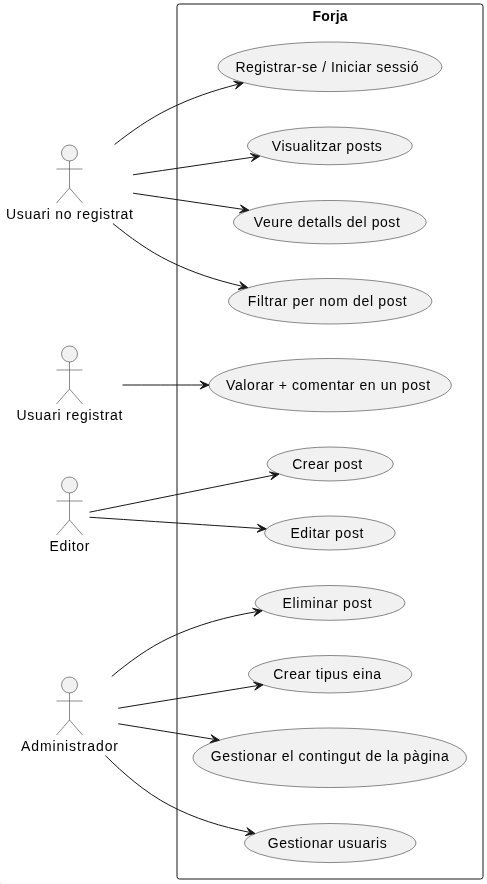
Earlier version of the PlantUML export docs/04_model-de-negoci.png (agarcia-icv/projecte-final). Its source is kept beside it as docs/04_model-de-negoci.puml.
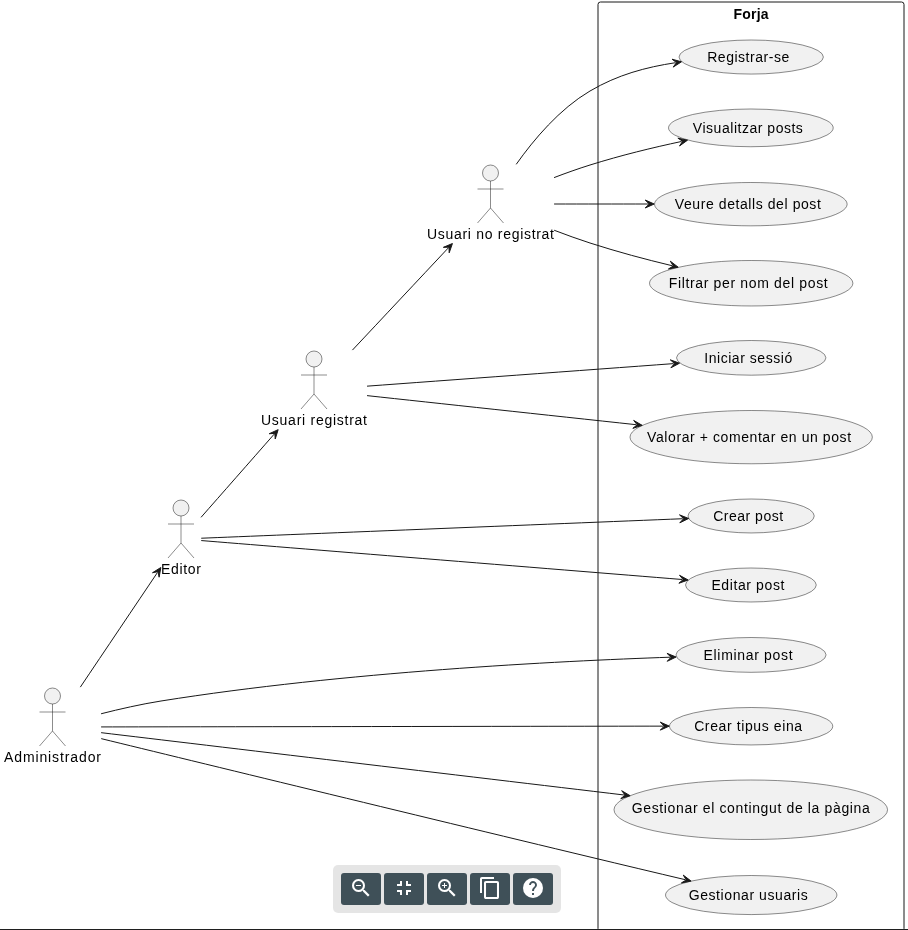
After the commit.

What changed in the source:
```diff
@@ -7,7 +7,8 @@
 actor Administrador
 
 rectangle Forja {
-  usecase "Registrar-se / Iniciar sessió" as UC1
+  usecase "Registrar-se" as UC1
+  usecase "Iniciar sessió" as UC12
   usecase "Visualitzar posts" as UC2
   usecase "Veure detalls del post" as UC3
   usecase "Filtrar per nom del post" as UC4
@@ -25,10 +26,17 @@
 noUsuari --> UC3
 noUsuari --> UC4
 
+Usuari --> noUsuari
+
+Usuari --> UC12
 Usuari --> UC5
+
+Editor --> Usuari
 
 Editor --> UC6
 Editor --> UC7
+
+Administrador --> Editor
 
 Administrador --> UC8
 Administrador --> UC9
```
